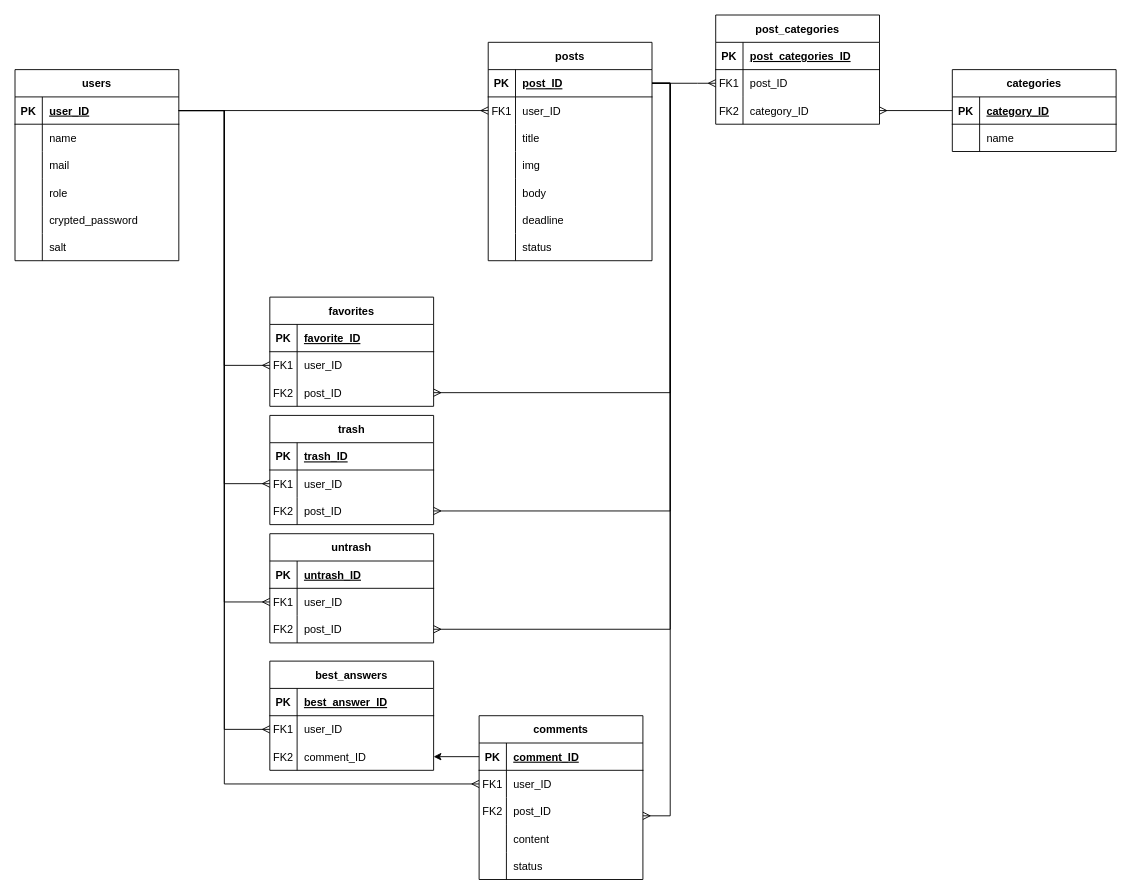
Before: dansyaryu.drawio in Yuto307/dansyaryu, a draw.io diagram. Source tidied: cells renumbered, new cells numbered last; positions are measured from the earlier drawing's top-left corner, leaving out a move shared by most shapes. Both pictures are drawn from the tidied source at 91%, with x=0, y=0 at pixel (15, 15).
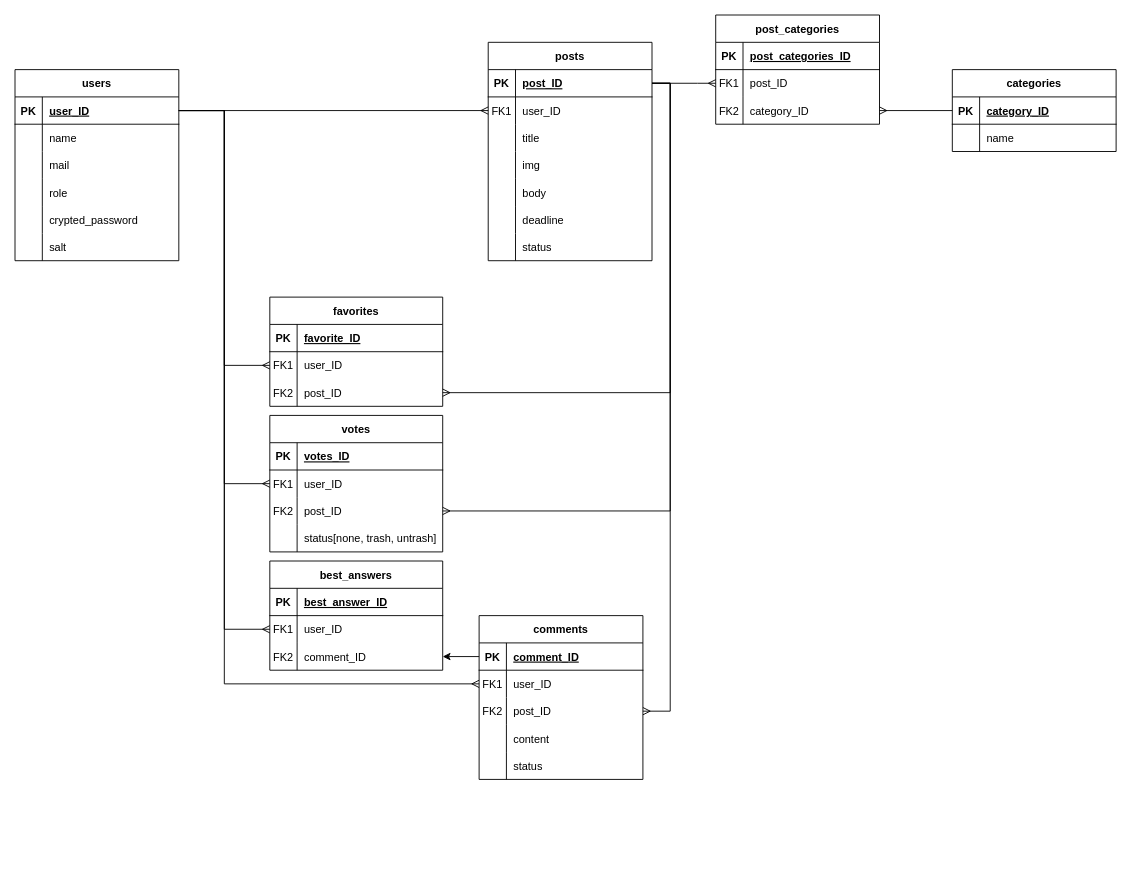
The same page after the edit.

Commit message:
dansyaryu.drawio を更新します

The change refers to these unchanged cells:
```xml
<mxCell id="3" style="shape=tableRow;horizontal=0;startSize=0;swimlaneHead=0;swimlaneBody=0;fillColor=none;points=[[0,0.5],[1,0.5]];portConstraint=eastwest;top=0;left=0;right=0;bottom=1;rounded=0;shadow=0;sketch=0;strokeColor=default;strokeWidth=1;" parent="2" vertex="1">
  <mxGeometry y="30" width="180" height="30" as="geometry" />
</mxCell>
<mxCell id="22" style="shape=tableRow;horizontal=0;startSize=0;swimlaneHead=0;swimlaneBody=0;fillColor=none;points=[[0,0.5],[1,0.5]];portConstraint=eastwest;top=0;left=0;right=0;bottom=1;rounded=0;shadow=0;sketch=0;strokeColor=default;strokeWidth=1;" parent="21" vertex="1">
  <mxGeometry y="30" width="180" height="30" as="geometry" />
</mxCell>
<mxCell id="95" style="shape=tableRow;horizontal=0;startSize=0;swimlaneHead=0;swimlaneBody=0;fillColor=none;points=[[0,0.5],[1,0.5]];portConstraint=eastwest;top=0;left=0;right=0;bottom=0;rounded=0;shadow=0;sketch=0;strokeColor=default;strokeWidth=1;" parent="91" vertex="1">
  <mxGeometry y="60" width="180" height="30" as="geometry" />
</mxCell>
<mxCell id="98" style="shape=tableRow;horizontal=0;startSize=0;swimlaneHead=0;swimlaneBody=0;fillColor=none;points=[[0,0.5],[1,0.5]];portConstraint=eastwest;top=0;left=0;right=0;bottom=0;rounded=0;shadow=0;sketch=0;strokeColor=default;strokeWidth=1;" parent="91" vertex="1">
  <mxGeometry y="90" width="180" height="30" as="geometry" />
</mxCell>
```

Change to the diagram source:
```diff
@@
     <mxCell id="51" value="favorites" style="shape=table;startSize=30;childLayout=tableLayout;rowLines=0;fontStyle=1;align=center;rounded=0;shadow=0;sketch=0;strokeColor=default;strokeWidth=1;" parent="1" vertex="1">
-      <mxGeometry x="280" y="310" width="180" height="120" as="geometry" />
+      <mxGeometry x="280" y="310" width="190" height="120" as="geometry" />
     </mxCell>
     <mxCell id="52" style="shape=tableRow;horizontal=0;startSize=0;swimlaneHead=0;swimlaneBody=0;fillColor=none;top=0;left=0;right=0;bottom=1;rounded=0;shadow=0;sketch=0;strokeColor=default;strokeWidth=1;" parent="51" vertex="1">
-      <mxGeometry y="30" width="180" height="30" as="geometry" />
+      <mxGeometry y="30" width="190" height="30" as="geometry" />
     </mxCell>
@@
     <mxCell id="54" value="favorite_ID" style="shape=partialRectangle;fillColor=none;top=0;left=0;bottom=0;right=0;align=left;spacingLeft=6;fontStyle=5;overflow=hidden;rounded=0;shadow=0;sketch=0;strokeColor=default;strokeWidth=1;" parent="52" vertex="1">
-      <mxGeometry x="30" width="150" height="30" as="geometry" />
+      <mxGeometry x="30" width="160" height="30" as="geometry" />
     </mxCell>
     <mxCell id="55" style="shape=tableRow;horizontal=0;startSize=0;swimlaneHead=0;swimlaneBody=0;fillColor=none;points=[[0,0.5],[1,0.5]];portConstraint=eastwest;top=0;left=0;right=0;bottom=0;rounded=0;shadow=0;sketch=0;strokeColor=default;strokeWidth=1;" parent="51" vertex="1">
-      <mxGeometry y="60" width="180" height="30" as="geometry" />
+      <mxGeometry y="60" width="190" height="30" as="geometry" />
     </mxCell>
@@
     <mxCell id="57" value="user_ID" style="shape=partialRectangle;fillColor=none;top=0;left=0;bottom=0;right=0;align=left;spacingLeft=6;overflow=hidden;rounded=0;shadow=0;sketch=0;strokeColor=default;strokeWidth=1;" parent="55" vertex="1">
-      <mxGeometry x="30" width="150" height="30" as="geometry" />
+      <mxGeometry x="30" width="160" height="30" as="geometry" />
     </mxCell>
     <mxCell id="58" style="shape=tableRow;horizontal=0;startSize=0;swimlaneHead=0;swimlaneBody=0;fillColor=none;points=[[0,0.5],[1,0.5]];portConstraint=eastwest;top=0;left=0;right=0;bottom=0;rounded=0;shadow=0;sketch=0;strokeColor=default;strokeWidth=1;" parent="51" vertex="1">
-      <mxGeometry y="90" width="180" height="30" as="geometry" />
+      <mxGeometry y="90" width="190" height="30" as="geometry" />
     </mxCell>
@@
     <mxCell id="60" value="post_ID" style="shape=partialRectangle;fillColor=none;top=0;left=0;bottom=0;right=0;align=left;spacingLeft=6;overflow=hidden;rounded=0;shadow=0;sketch=0;strokeColor=default;strokeWidth=1;" parent="58" vertex="1">
-      <mxGeometry x="30" width="150" height="30" as="geometry" />
+      <mxGeometry x="30" width="160" height="30" as="geometry" />
     </mxCell>
-    <mxCell id="61" value="trash" style="shape=table;startSize=30;childLayout=tableLayout;rowLines=0;fontStyle=1;align=center;rounded=0;shadow=0;sketch=0;strokeColor=default;strokeWidth=1;" parent="1" vertex="1">
-      <mxGeometry x="280" y="440" width="180" height="120" as="geometry" />
+    <mxCell id="61" value="votes" style="shape=table;startSize=30;childLayout=tableLayout;rowLines=0;fontStyle=1;align=center;rounded=0;shadow=0;sketch=0;strokeColor=default;strokeWidth=1;" parent="1" vertex="1">
+      <mxGeometry x="280" y="440" width="190" height="150" as="geometry" />
     </mxCell>
     <mxCell id="62" style="shape=tableRow;horizontal=0;startSize=0;swimlaneHead=0;swimlaneBody=0;fillColor=none;top=0;left=0;right=0;bottom=1;rounded=0;shadow=0;sketch=0;strokeColor=default;strokeWidth=1;" parent="61" vertex="1">
-      <mxGeometry y="30" width="180" height="30" as="geometry" />
+      <mxGeometry y="30" width="190" height="30" as="geometry" />
     </mxCell>
@@
-    <mxCell id="64" value="trash_ID" style="shape=partialRectangle;fillColor=none;top=0;left=0;bottom=0;right=0;align=left;spacingLeft=6;fontStyle=5;overflow=hidden;rounded=0;shadow=0;sketch=0;strokeColor=default;strokeWidth=1;" parent="62" vertex="1">
-      <mxGeometry x="30" width="150" height="30" as="geometry" />
+    <mxCell id="64" value="votes_ID" style="shape=partialRectangle;fillColor=none;top=0;left=0;bottom=0;right=0;align=left;spacingLeft=6;fontStyle=5;overflow=hidden;rounded=0;shadow=0;sketch=0;strokeColor=default;strokeWidth=1;" parent="62" vertex="1">
+      <mxGeometry x="30" width="160" height="30" as="geometry" />
     </mxCell>
     <mxCell id="65" style="shape=tableRow;horizontal=0;startSize=0;swimlaneHead=0;swimlaneBody=0;fillColor=none;points=[[0,0.5],[1,0.5]];portConstraint=eastwest;top=0;left=0;right=0;bottom=0;rounded=0;shadow=0;sketch=0;strokeColor=default;strokeWidth=1;" parent="61" vertex="1">
-      <mxGeometry y="60" width="180" height="30" as="geometry" />
+      <mxGeometry y="60" width="190" height="30" as="geometry" />
     </mxCell>
@@
     <mxCell id="67" value="user_ID" style="shape=partialRectangle;fillColor=none;top=0;left=0;bottom=0;right=0;align=left;spacingLeft=6;overflow=hidden;rounded=0;shadow=0;sketch=0;strokeColor=default;strokeWidth=1;" parent="65" vertex="1">
-      <mxGeometry x="30" width="150" height="30" as="geometry" />
+      <mxGeometry x="30" width="160" height="30" as="geometry" />
     </mxCell>
     <mxCell id="68" style="shape=tableRow;horizontal=0;startSize=0;swimlaneHead=0;swimlaneBody=0;fillColor=none;points=[[0,0.5],[1,0.5]];portConstraint=eastwest;top=0;left=0;right=0;bottom=0;rounded=0;shadow=0;sketch=0;strokeColor=default;strokeWidth=1;" parent="61" vertex="1">
-      <mxGeometry y="90" width="180" height="30" as="geometry" />
+      <mxGeometry y="90" width="190" height="30" as="geometry" />
     </mxCell>
@@
     <mxCell id="70" value="post_ID" style="shape=partialRectangle;fillColor=none;top=0;left=0;bottom=0;right=0;align=left;spacingLeft=6;overflow=hidden;rounded=0;shadow=0;sketch=0;strokeColor=default;strokeWidth=1;" parent="68" vertex="1">
-      <mxGeometry x="30" width="150" height="30" as="geometry" />
+      <mxGeometry x="30" width="160" height="30" as="geometry" />
     </mxCell>
-    <mxCell id="71" value="untrash" style="shape=table;startSize=30;childLayout=tableLayout;rowLines=0;fontStyle=1;align=center;rounded=0;shadow=0;sketch=0;strokeColor=default;strokeWidth=1;" parent="1" vertex="1">
-      <mxGeometry x="280" y="570" width="180" height="120" as="geometry" />
-    </mxCell>
-    <mxCell id="72" style="shape=tableRow;horizontal=0;startSize=0;swimlaneHead=0;swimlaneBody=0;fillColor=none;top=0;left=0;right=0;bottom=1;rounded=0;shadow=0;sketch=0;strokeColor=default;strokeWidth=1;" parent="71" vertex="1">
-      <mxGeometry y="30" width="180" height="30" as="geometry" />
-    </mxCell>
-    <mxCell id="73" value="PK" style="shape=partialRectangle;fillColor=none;top=0;left=0;bottom=0;right=0;fontStyle=1;overflow=hidden;rounded=0;shadow=0;sketch=0;strokeColor=default;strokeWidth=1;" parent="72" vertex="1">
-      <mxGeometry width="30" height="30" as="geometry" />
-    </mxCell>
-    <mxCell id="74" value="untrash_ID" style="shape=partialRectangle;fillColor=none;top=0;left=0;bottom=0;right=0;align=left;spacingLeft=6;fontStyle=5;overflow=hidden;rounded=0;shadow=0;sketch=0;strokeColor=default;strokeWidth=1;" parent="72" vertex="1">
-      <mxGeometry x="30" width="150" height="30" as="geometry" />
-    </mxCell>
-    <mxCell id="75" style="shape=tableRow;horizontal=0;startSize=0;swimlaneHead=0;swimlaneBody=0;fillColor=none;points=[[0,0.5],[1,0.5]];portConstraint=eastwest;top=0;left=0;right=0;bottom=0;rounded=0;shadow=0;sketch=0;strokeColor=default;strokeWidth=1;" parent="71" vertex="1">
-      <mxGeometry y="60" width="180" height="30" as="geometry" />
-    </mxCell>
-    <mxCell id="76" value="FK1" style="shape=partialRectangle;fillColor=none;top=0;left=0;bottom=0;right=0;overflow=hidden;rounded=0;shadow=0;sketch=0;strokeColor=default;strokeWidth=1;" parent="75" vertex="1">
-      <mxGeometry width="30" height="30" as="geometry" />
-    </mxCell>
-    <mxCell id="77" value="user_ID" style="shape=partialRectangle;fillColor=none;top=0;left=0;bottom=0;right=0;align=left;spacingLeft=6;overflow=hidden;rounded=0;shadow=0;sketch=0;strokeColor=default;strokeWidth=1;" parent="75" vertex="1">
-      <mxGeometry x="30" width="150" height="30" as="geometry" />
-    </mxCell>
-    <mxCell id="78" style="shape=tableRow;horizontal=0;startSize=0;swimlaneHead=0;swimlaneBody=0;fillColor=none;points=[[0,0.5],[1,0.5]];portConstraint=eastwest;top=0;left=0;right=0;bottom=0;rounded=0;shadow=0;sketch=0;strokeColor=default;strokeWidth=1;" parent="71" vertex="1">
-      <mxGeometry y="90" width="180" height="30" as="geometry" />
-    </mxCell>
-    <mxCell id="79" value="FK2" style="shape=partialRectangle;fillColor=none;top=0;left=0;bottom=0;right=0;overflow=hidden;rounded=0;shadow=0;sketch=0;strokeColor=default;strokeWidth=1;" parent="78" vertex="1">
-      <mxGeometry width="30" height="30" as="geometry" />
-    </mxCell>
-    <mxCell id="80" value="post_ID" style="shape=partialRectangle;fillColor=none;top=0;left=0;bottom=0;right=0;align=left;spacingLeft=6;overflow=hidden;rounded=0;shadow=0;sketch=0;strokeColor=default;strokeWidth=1;" parent="78" vertex="1">
-      <mxGeometry x="30" width="150" height="30" as="geometry" />
-    </mxCell>
+    <mxCell id="129" style="shape=tableRow;horizontal=0;startSize=0;swimlaneHead=0;swimlaneBody=0;fillColor=none;top=0;left=0;right=0;bottom=0;rounded=0;shadow=0;sketch=0;strokeColor=default;strokeWidth=1;" parent="61" vertex="1">
+      <mxGeometry y="120" width="190" height="30" as="geometry" />
+    </mxCell>
+    <mxCell id="130" style="shape=partialRectangle;fillColor=none;top=0;left=0;bottom=0;right=0;overflow=hidden;rounded=0;shadow=0;sketch=0;strokeColor=default;strokeWidth=1;" parent="129" vertex="1">
+      <mxGeometry width="30" height="30" as="geometry" />
+    </mxCell>
+    <mxCell id="131" value="status[none, trash, untrash]" style="shape=partialRectangle;fillColor=none;top=0;left=0;bottom=0;right=0;align=left;spacingLeft=6;overflow=hidden;rounded=0;shadow=0;sketch=0;strokeColor=default;strokeWidth=1;" parent="129" vertex="1">
+      <mxGeometry x="30" width="160" height="30" as="geometry" />
+    </mxCell>
     <mxCell id="81" value="best_answers" style="shape=table;startSize=30;childLayout=tableLayout;rowLines=0;fontStyle=1;align=center;rounded=0;shadow=0;sketch=0;strokeColor=default;strokeWidth=1;" parent="1" vertex="1">
-      <mxGeometry x="280" y="710" width="180" height="120" as="geometry" />
+      <mxGeometry x="280" y="600" width="190" height="120" as="geometry" />
     </mxCell>
     <mxCell id="82" style="shape=tableRow;horizontal=0;startSize=0;swimlaneHead=0;swimlaneBody=0;fillColor=none;top=0;left=0;right=0;bottom=1;rounded=0;shadow=0;sketch=0;strokeColor=default;strokeWidth=1;" parent="81" vertex="1">
-      <mxGeometry y="30" width="180" height="30" as="geometry" />
+      <mxGeometry y="30" width="190" height="30" as="geometry" />
     </mxCell>
@@
     <mxCell id="84" value="best_answer_ID" style="shape=partialRectangle;fillColor=none;top=0;left=0;bottom=0;right=0;align=left;spacingLeft=6;fontStyle=5;overflow=hidden;rounded=0;shadow=0;sketch=0;strokeColor=default;strokeWidth=1;" parent="82" vertex="1">
-      <mxGeometry x="30" width="150" height="30" as="geometry" />
+      <mxGeometry x="30" width="160" height="30" as="geometry" />
     </mxCell>
     <mxCell id="85" style="shape=tableRow;horizontal=0;startSize=0;swimlaneHead=0;swimlaneBody=0;fillColor=none;points=[[0,0.5],[1,0.5]];portConstraint=eastwest;top=0;left=0;right=0;bottom=0;rounded=0;shadow=0;sketch=0;strokeColor=default;strokeWidth=1;" parent="81" vertex="1">
-      <mxGeometry y="60" width="180" height="30" as="geometry" />
+      <mxGeometry y="60" width="190" height="30" as="geometry" />
     </mxCell>
@@
     <mxCell id="87" value="user_ID" style="shape=partialRectangle;fillColor=none;top=0;left=0;bottom=0;right=0;align=left;spacingLeft=6;overflow=hidden;rounded=0;shadow=0;sketch=0;strokeColor=default;strokeWidth=1;" parent="85" vertex="1">
-      <mxGeometry x="30" width="150" height="30" as="geometry" />
+      <mxGeometry x="30" width="160" height="30" as="geometry" />
     </mxCell>
     <mxCell id="88" style="shape=tableRow;horizontal=0;startSize=0;swimlaneHead=0;swimlaneBody=0;fillColor=none;points=[[0,0.5],[1,0.5]];portConstraint=eastwest;top=0;left=0;right=0;bottom=0;rounded=0;shadow=0;sketch=0;strokeColor=default;strokeWidth=1;" parent="81" vertex="1">
-      <mxGeometry y="90" width="180" height="30" as="geometry" />
+      <mxGeometry y="90" width="190" height="30" as="geometry" />
     </mxCell>
@@
     <mxCell id="90" value="comment_ID" style="shape=partialRectangle;fillColor=none;top=0;left=0;bottom=0;right=0;align=left;spacingLeft=6;overflow=hidden;rounded=0;shadow=0;sketch=0;strokeColor=default;strokeWidth=1;" parent="88" vertex="1">
-      <mxGeometry x="30" width="150" height="30" as="geometry" />
+      <mxGeometry x="30" width="160" height="30" as="geometry" />
     </mxCell>
     <mxCell id="91" value="comments" style="shape=table;startSize=30;childLayout=tableLayout;rowLines=0;fontStyle=1;align=center;rounded=0;shadow=0;sketch=0;strokeColor=default;strokeWidth=1;" parent="1" vertex="1">
-      <mxGeometry x="510" y="770" width="180" height="180" as="geometry" />
+      <mxGeometry x="510" y="660" width="180" height="180" as="geometry" />
     </mxCell>
@@
-    <mxCell id="110" style="edgeStyle=orthogonalEdgeStyle;rounded=0;jettySize=auto;html=1;entryX=0;entryY=0.5;entryDx=0;entryDy=0;endArrow=ERmany;endFill=0;" parent="1" edge="1" source="3" target="75">
-      <mxGeometry relative="1" as="geometry" />
-    </mxCell>
@@
-    <mxCell id="113" style="edgeStyle=orthogonalEdgeStyle;rounded=0;jettySize=auto;html=1;entryX=1;entryY=0.5;entryDx=0;entryDy=0;endArrow=ERmany;endFill=0;" parent="1" edge="1" source="22" target="78">
-      <mxGeometry relative="1" as="geometry">
-        <Array as="points">
-          <mxPoint x="720" y="75" />
-          <mxPoint x="720" y="675" />
-        </Array>
-      </mxGeometry>
-    </mxCell>
@@
     <mxCell id="115" style="edgeStyle=orthogonalEdgeStyle;rounded=0;jettySize=auto;html=1;endArrow=ERmany;endFill=0;" parent="1" edge="1" source="22" target="98">
       <mxGeometry relative="1" as="geometry">
         <Array as="points">
           <mxPoint x="720" y="75" />
-          <mxPoint x="720" y="880" />
+          <mxPoint x="720" y="765" />
         </Array>
       </mxGeometry>
     </mxCell>
@@
     <mxCell id="117" style="edgeStyle=orthogonalEdgeStyle;rounded=0;jettySize=auto;html=1;endArrow=ERmany;endFill=0;" parent="1" edge="1" source="3" target="95">
       <mxGeometry relative="1" as="geometry">
         <Array as="points">
           <mxPoint x="230" y="105" />
-          <mxPoint x="230" y="845" />
+          <mxPoint x="230" y="735" />
         </Array>
       </mxGeometry>
     </mxCell>
```
